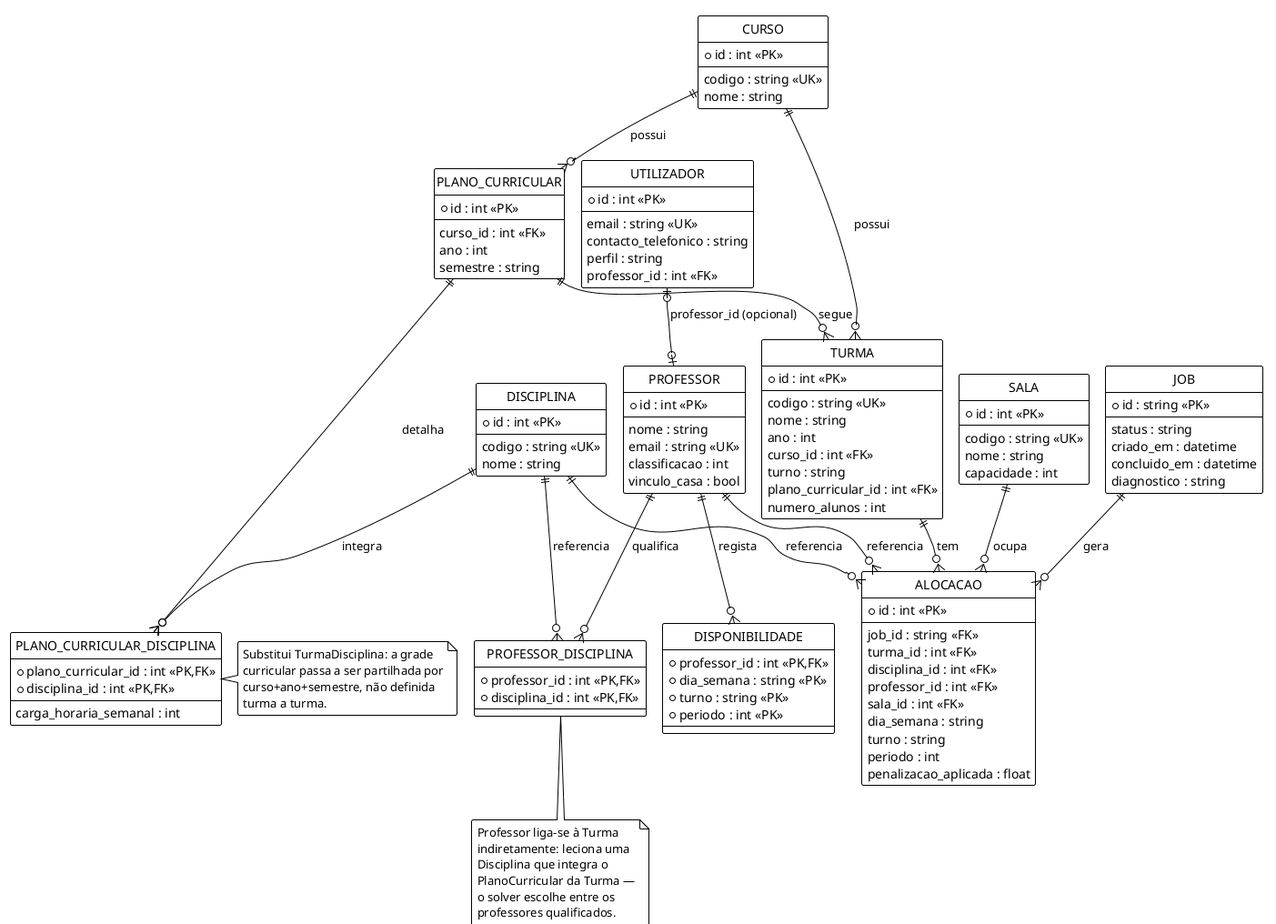
The PlantUML diagram docs/media/diagrama_er.png in CristianoLourenco/timetable_problem_isaf, before a commit. Its diagram source:
```plantuml
@startuml der
!pragma layout smetana
!theme plain
skinparam backgroundColor white
skinparam roundcorner 4
skinparam entity {
  BackgroundColor #EEF2FF
  BorderColor #6366F1
  FontColor #1E1B4B
}
hide circle

entity "CURSO" as curso {
  *id : int <<PK>>
  --
  codigo : string <<UK>>
  nome : string
}

entity "PLANO_CURRICULAR" as plano {
  *id : int <<PK>>
  --
  curso_id : int <<FK>>
  ano : int
  semestre : string
}

entity "PLANO_CURRICULAR_DISCIPLINA" as planoDisc {
  *plano_curricular_id : int <<PK,FK>>
  *disciplina_id : int <<PK,FK>>
  --
  carga_horaria_semanal : int
}

entity "DISCIPLINA" as disciplina {
  *id : int <<PK>>
  --
  codigo : string <<UK>>
  nome : string
}

entity "TURMA" as turma {
  *id : int <<PK>>
  --
  codigo : string <<UK>>
  nome : string
  ano : int
  curso_id : int <<FK>>
  turno : string
  plano_curricular_id : int <<FK>>
  numero_alunos : int
}

entity "SALA" as sala {
  *id : int <<PK>>
  --
  codigo : string <<UK>>
  nome : string
  capacidade : int
}

entity "PROFESSOR" as professor {
  *id : int <<PK>>
  --
  nome : string
  email : string <<UK>>
  classificacao : int
  vinculo_casa : bool
}

entity "PROFESSOR_DISCIPLINA" as profDisc {
  *professor_id : int <<PK,FK>>
  *disciplina_id : int <<PK,FK>>
}

entity "DISPONIBILIDADE" as disp {
  *professor_id : int <<PK,FK>>
  *dia_semana : string <<PK>>
  *turno : string <<PK>>
  *periodo : int <<PK>>
}

entity "UTILIZADOR" as utilizador {
  *id : int <<PK>>
  --
  email : string <<UK>>
  contacto_telefonico : string
  perfil : string
  professor_id : int <<FK>>
}

entity "JOB" as job {
  *id : string <<PK>>
  --
  status : string
  criado_em : datetime
  concluido_em : datetime
  diagnostico : string
}

entity "ALOCACAO" as alocacao {
  *id : int <<PK>>
  --
  job_id : string <<FK>>
  turma_id : int <<FK>>
  disciplina_id : int <<FK>>
  professor_id : int <<FK>>
  sala_id : int <<FK>>
  dia_semana : string
  turno : string
  periodo : int
  penalizacao_aplicada : float
}

curso ||--o{ plano : "possui"
plano ||--o{ planoDisc : "detalha"
disciplina ||--o{ planoDisc : "integra"
curso ||--o{ turma : "possui"
plano ||--o{ turma : "segue"

professor ||--o{ profDisc : "qualifica"
disciplina ||--o{ profDisc : "referencia"
professor ||--o{ disp : "regista"
utilizador |o--o| professor : "professor_id (opcional)"

job ||--o{ alocacao : "gera"
turma ||--o{ alocacao : "tem"
disciplina ||--o{ alocacao : "referencia"
professor ||--o{ alocacao : "referencia"
sala ||--o{ alocacao : "ocupa"

note right of planoDisc
  Substitui TurmaDisciplina: a grade
  curricular passa a ser partilhada por
  curso+ano+semestre, não definida
  turma a turma.
end note

note bottom of profDisc
  Professor liga-se à Turma
  indiretamente: leciona uma
  Disciplina que integra o
  PlanoCurricular da Turma —
  o solver escolhe entre os
  professores qualificados.
end note

@enduml
```
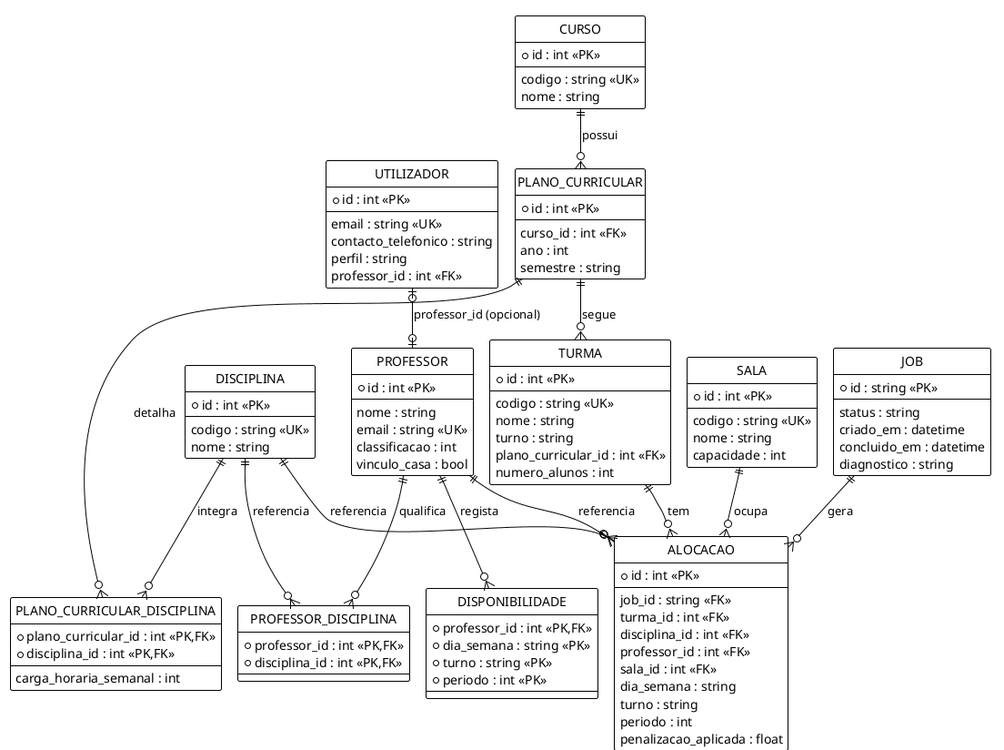
The same diagram one commit later.

Commit message:
docs(er): remove notas e corrige violação de 3FN em Turma

Turma.curso_id e Turma.ano eram dependência transitiva de
plano_curricular_id (id -> plano_curricular_id -> curso_id/ano) --
removidos; curso e ano passam a ser obtidos via PLANO_CURRICULAR. Notas
explicativas removidas do diagrama (texto fica só na especificação, não
no diagrama). Fonte PlantUML versionada em docs/media/src/ para permitir
iteração.

What changed in the source:
```diff
@@ -44,8 +44,6 @@
   --
   codigo : string <<UK>>
   nome : string
-  ano : int
-  curso_id : int <<FK>>
   turno : string
   plano_curricular_id : int <<FK>>
   numero_alunos : int
@@ -115,7 +113,6 @@
 curso ||--o{ plano : "possui"
 plano ||--o{ planoDisc : "detalha"
 disciplina ||--o{ planoDisc : "integra"
-curso ||--o{ turma : "possui"
 plano ||--o{ turma : "segue"
 
 professor ||--o{ profDisc : "qualifica"
@@ -129,20 +126,4 @@
 professor ||--o{ alocacao : "referencia"
 sala ||--o{ alocacao : "ocupa"
 
-note right of planoDisc
-  Substitui TurmaDisciplina: a grade
-  curricular passa a ser partilhada por
-  curso+ano+semestre, não definida
-  turma a turma.
-end note
-
-note bottom of profDisc
-  Professor liga-se à Turma
-  indiretamente: leciona uma
-  Disciplina que integra o
-  PlanoCurricular da Turma —
-  o solver escolhe entre os
-  professores qualificados.
-end note
-
 @enduml
```
